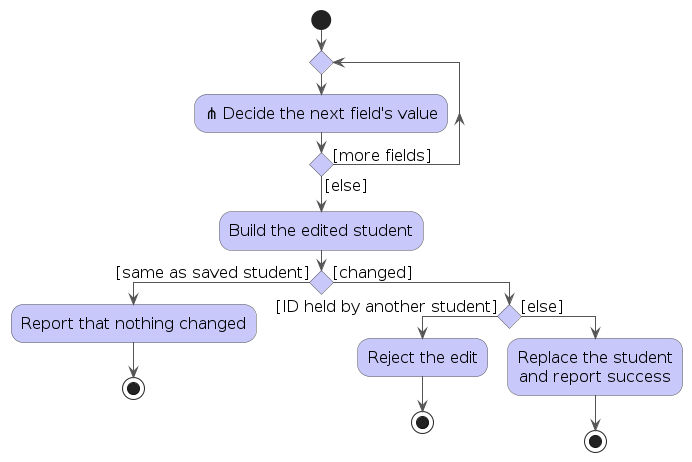
The PlantUML diagram diagrams/OptionalFieldEditing.png in AY2627S1-CS2103T-T16-1/tp, before a commit. Its source is kept beside it as diagrams/OptionalFieldEditing.puml.
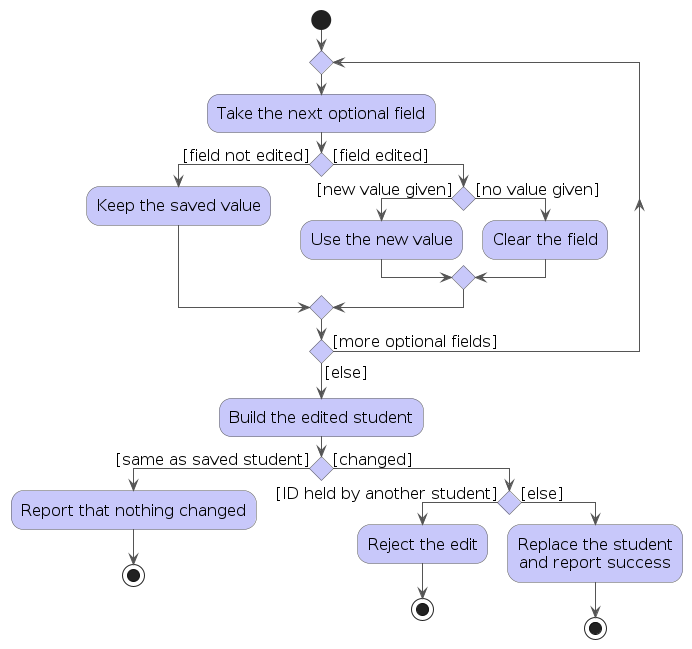
Above is the later version.

Change to the diagram source:
```diff
@@ -8,8 +8,17 @@
 
 start
 repeat
-  :<U+22D4> Decide the next field's value;
-repeat while () is ([more fields]) not ([else])
+  :Take the next optional field;
+  if () then ([field not edited])
+    :Keep the saved value;
+  else ([field edited])
+    if () then ([new value given])
+      :Use the new value;
+    else ([no value given])
+      :Clear the field;
+    endif
+  endif
+repeat while () is ([more optional fields]) not ([else])
 :Build the edited student;
 if () then ([same as saved student])
   :Report that nothing changed;
```
